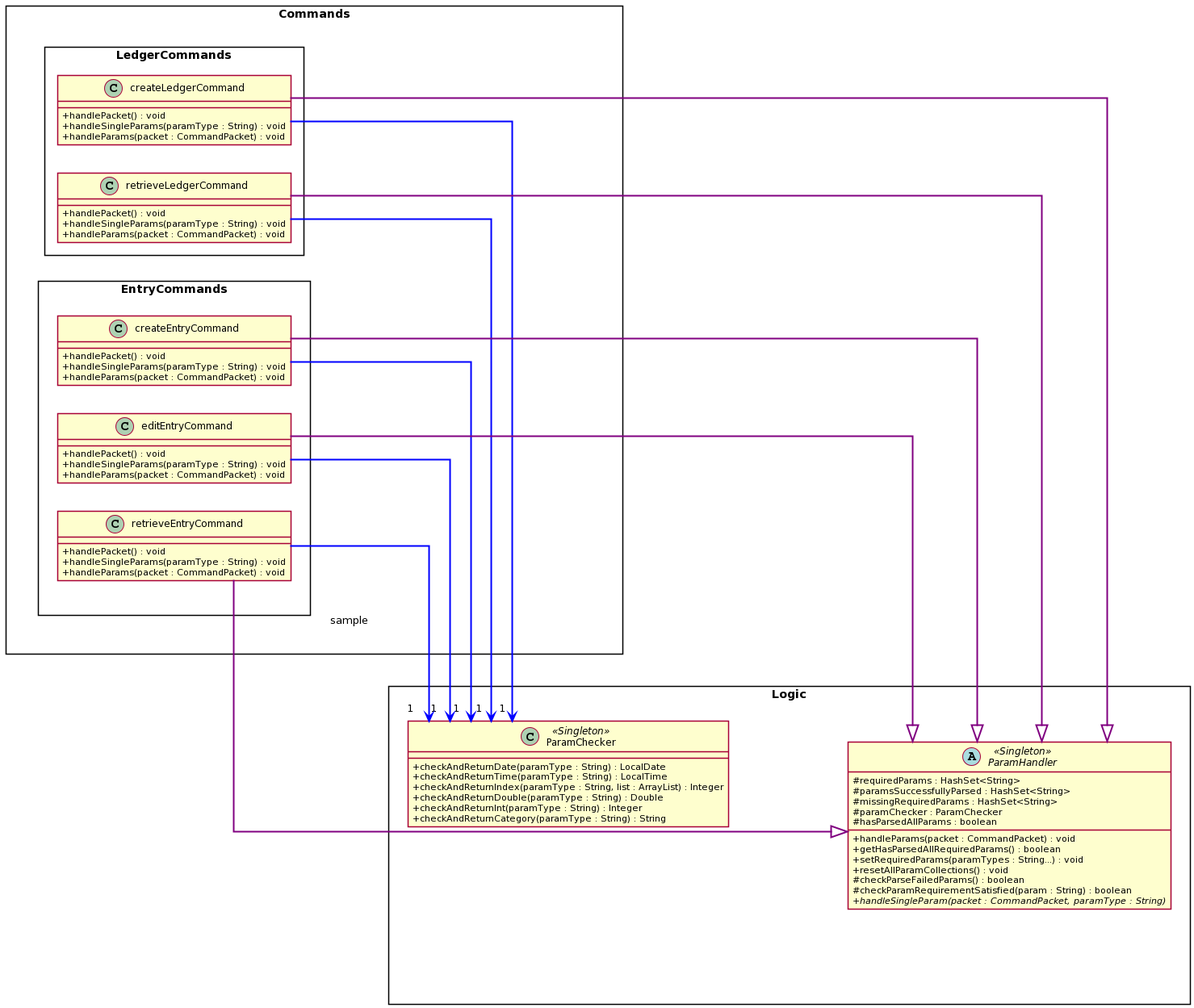
The PlantUML diagram docs/uml_images/manualTracker/images/Commands_Logic.png in nus-cs2113-AY2021S1/tp, before a commit.
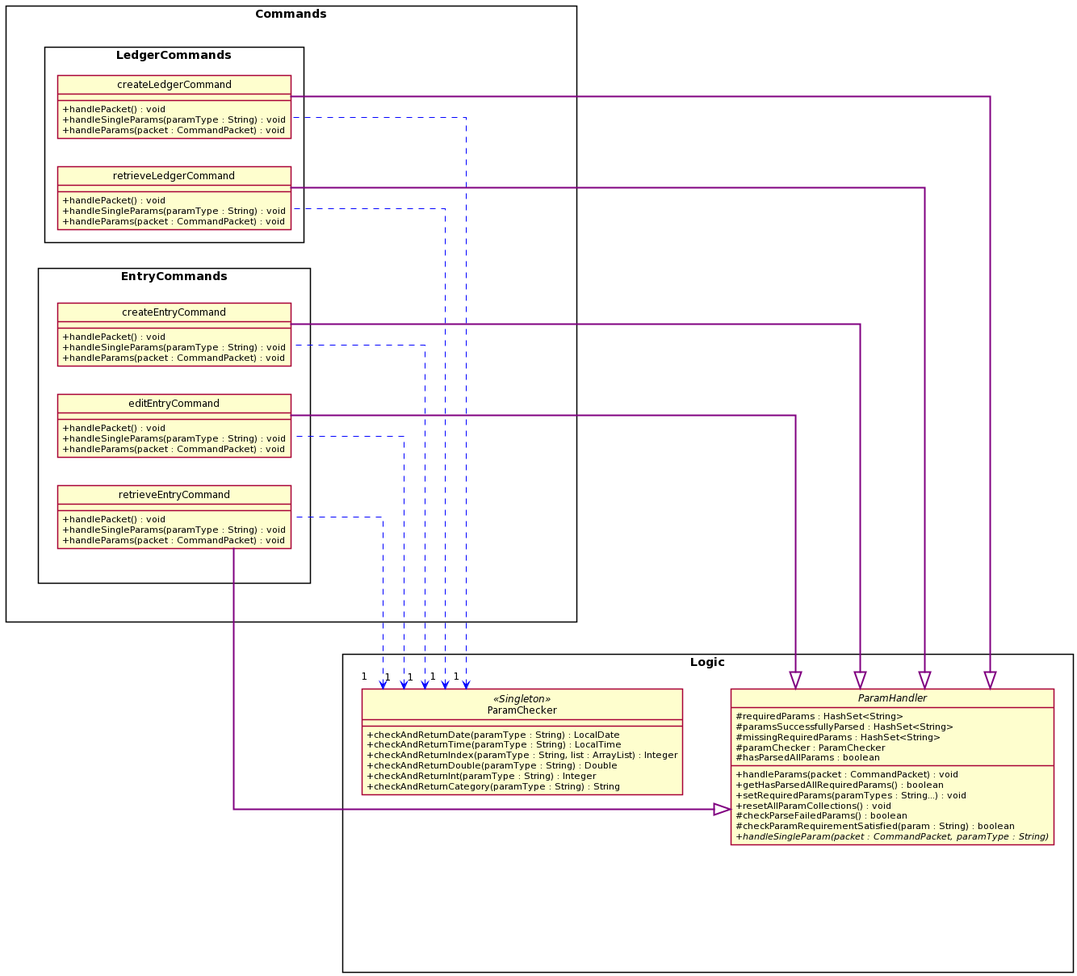
After the change.

Diff of the diagram source:
```diff
@@ -1,5 +1,6 @@
 @startuml
 left to right direction
+hide circle
 skinparam classAttributeIconSize 0
 skinparam BoxPadding 20
 skinparam shadowing false
@@ -12,7 +13,7 @@
 }
 
 rectangle Logic {
-    abstract class ParamHandler <<Singleton>> {
+    abstract class ParamHandler {
         # requiredParams : HashSet<String>
         # paramsSuccessfullyParsed : HashSet<String>
         # missingRequiredParams : HashSet<String>
@@ -94,11 +95,11 @@
 
 Commands -[hidden]down- Logic
 
-ParamChecker "1" <-[norank]- createLedgerCommand #line:blue;line.bold;text:black :sample
-ParamChecker "1" <-[norank]- retrieveLedgerCommand #line:blue;line.bold;text:black
-ParamChecker "1" <-[norank]- createEntryCommand #line:blue;line.bold;text:black
-ParamChecker "1" <-[norank]- editEntryCommand #line:blue;line.bold;text:black
-ParamChecker "1" <-[norank]- retrieveEntryCommand #line:blue;line.bold;text:black
+ParamChecker "1" <.[norank]. createLedgerCommand #line:blue;text:black
+ParamChecker "1" <.[norank]. retrieveLedgerCommand #line:blue;text:black
+ParamChecker "1" <.[norank]. createEntryCommand #line:blue;text:black
+ParamChecker "1" <.[norank]. editEntryCommand #line:blue;text:black
+ParamChecker "1" <.[norank]. retrieveEntryCommand #line:blue;text:black
 ParamHandler <|-[norank]- createLedgerCommand #line:purple;line.bold;text:red
 ParamHandler <|-[norank]- retrieveLedgerCommand #line:purple;line.bold;text:red
 ParamHandler <|-[norank]- createEntryCommand #line:purple;line.bold;text:red
```
